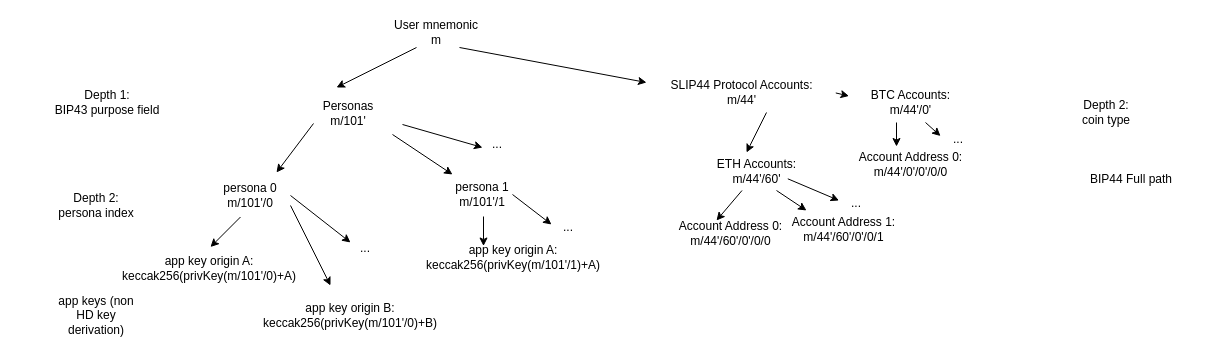
Above: HDtree.drawio in Bunjin/metamask-research (draw.io), before the change. Source tidied: cells renumbered, new cells numbered last; positions are measured from the earlier drawing's top-left corner, leaving out a move shared by most shapes. Both pictures are drawn from the tidied source at 100%, with x=0, y=0 at pixel (17, 22).
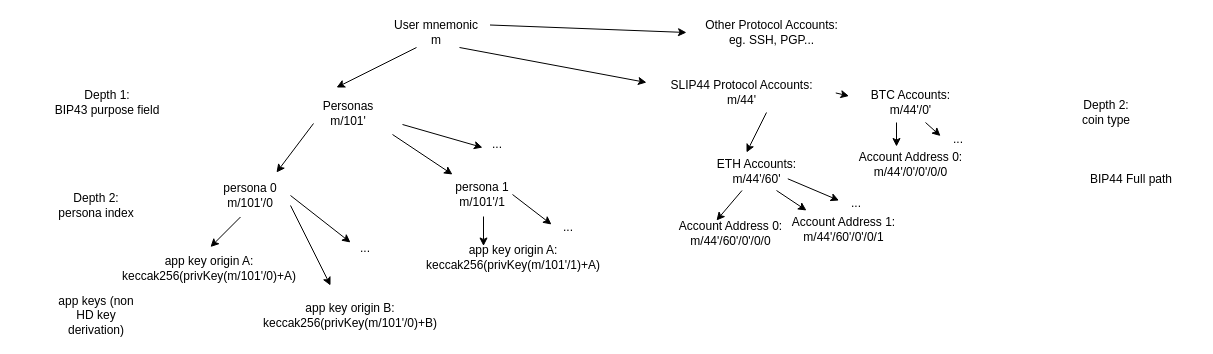
After the change.

Change to the diagram source:
```diff
@@
+    <mxCell id="42" style="endArrow=classic;html=1;" parent="1" edge="1">
+      <mxGeometry relative="1" as="geometry">
+        <mxPoint x="472.5" y="2.5" as="sourcePoint" />
+        <mxPoint x="669" y="10" as="targetPoint" />
+      </mxGeometry>
+    </mxCell>
+    <mxCell id="43" value="Other Protocol Accounts:&lt;br&gt;eg. SSH, PGP..." style="text;html=1;strokeColor=none;fillColor=none;align=center;verticalAlign=middle;whiteSpace=wrap;rounded=0;" parent="1" vertex="1">
+      <mxGeometry x="669.5" width="169" height="20" as="geometry" />
+    </mxCell>
```
